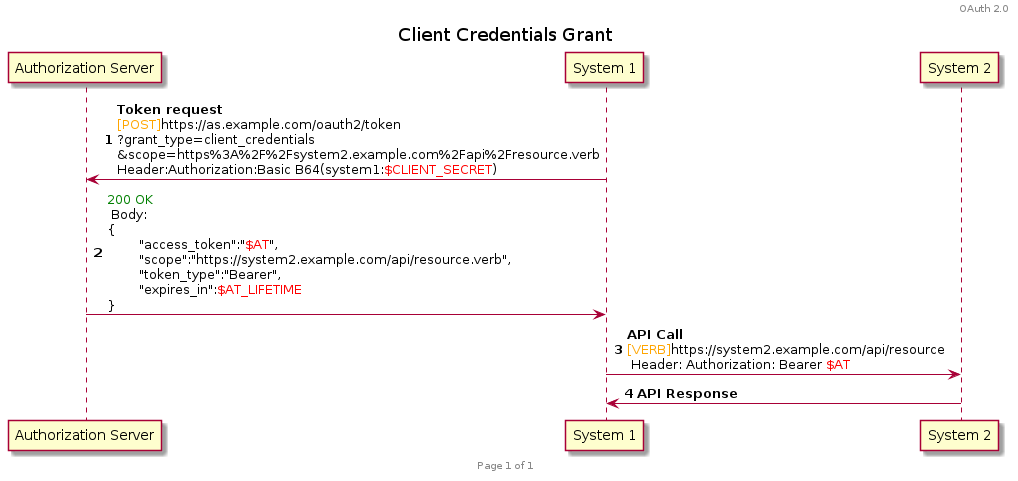
Above: plantuml/oauth2/client_credentials.png in HenriLefevrePro/Articles (PlantUML), before the change.
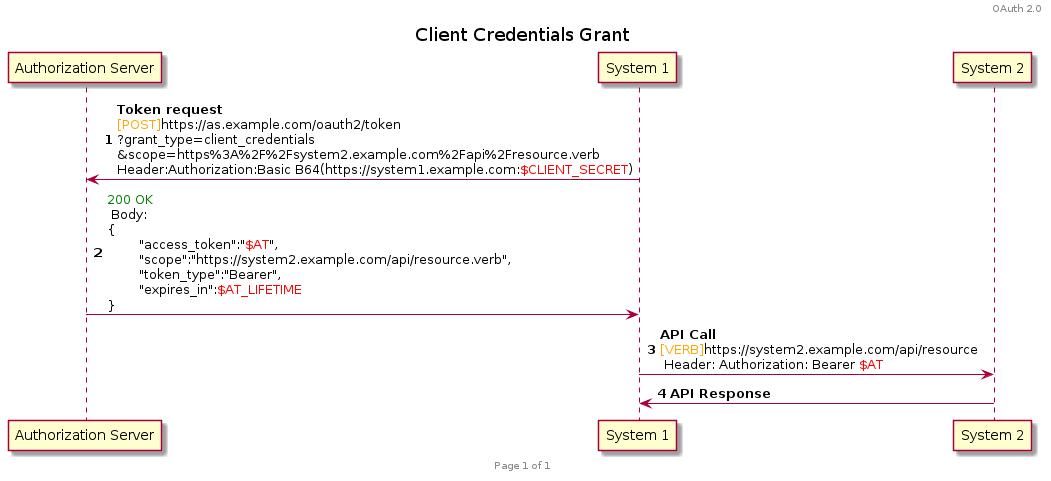
Later version of the same file.

Commit message:
[GitHub Actions] Generate PNG images for PlantUML diagrams

Diff of the diagram source:
```diff
@@ -10,7 +10,7 @@
 participant 1 as "System 1"
 participant 2 as "System 2"
 
-1 -> Auth : **Token request**\n<font color=orange>[POST]</font>https://as.example.com/oauth2/token\n?grant_type=client_credentials\n&scope=https%3A%2F%2Fsystem2.example.com%2Fapi%2Fresource.verb\nHeader:Authorization:Basic B64(system1:<font color=red>$CLIENT_SECRET</font>)
+1 -> Auth : **Token request**\n<font color=orange>[POST]</font>https://as.example.com/oauth2/token\n?grant_type=client_credentials\n&scope=https%3A%2F%2Fsystem2.example.com%2Fapi%2Fresource.verb\nHeader:Authorization:Basic B64(https://system1.example.com:<font color=red>$CLIENT_SECRET</font>)
 Auth -> 1 : <font color=green>200 OK</font> \n Body: \n{\n\t"access_token":"<font color=red>$AT</font>",\n\t"scope":"https://system2.example.com/api/resource.verb",\n\t"token_type":"Bearer",\n\t"expires_in":<font color=red>$AT_LIFETIME</font>\n}
 
 1 -> 2 : **API Call** \n<font color=orange>[VERB]</font>https://system2.example.com/api/resource\n Header: Authorization: Bearer <font color=red>$AT</font>
```
